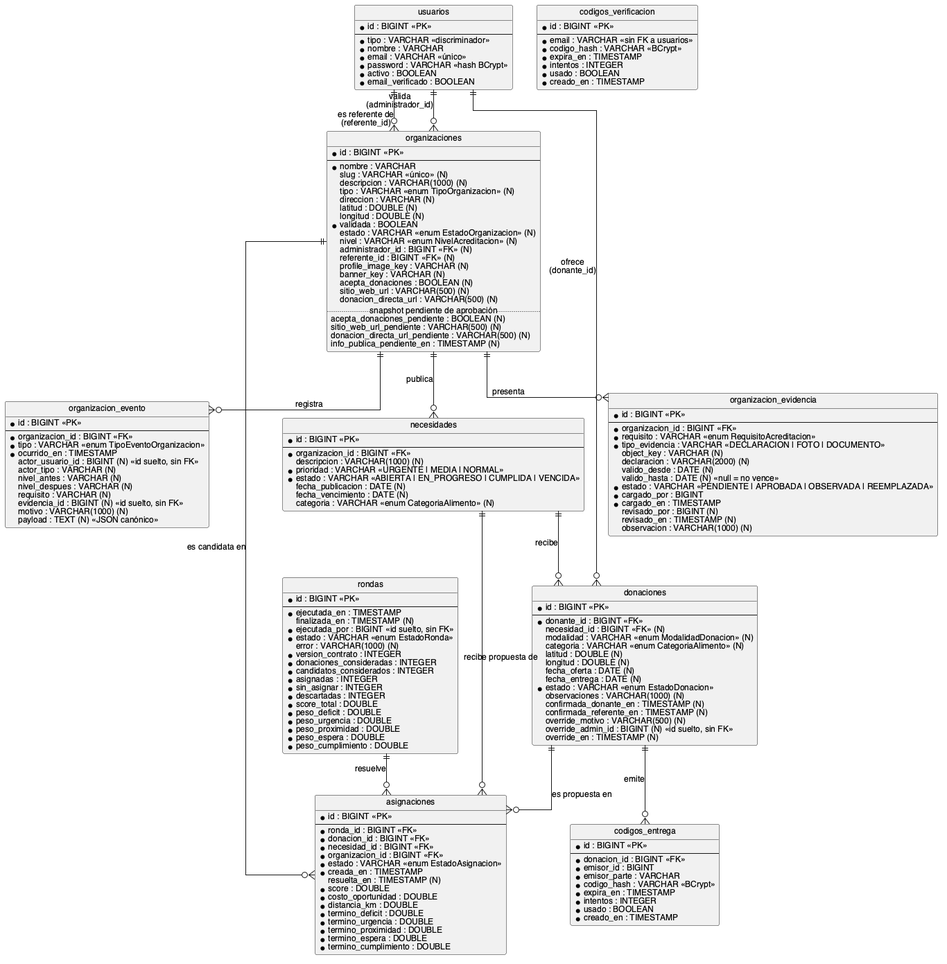
This is docs/tesis/diagramas/estructura/der.png from S21-Projects/hornero_monorepo, a PlantUML export, as it was before one commit.
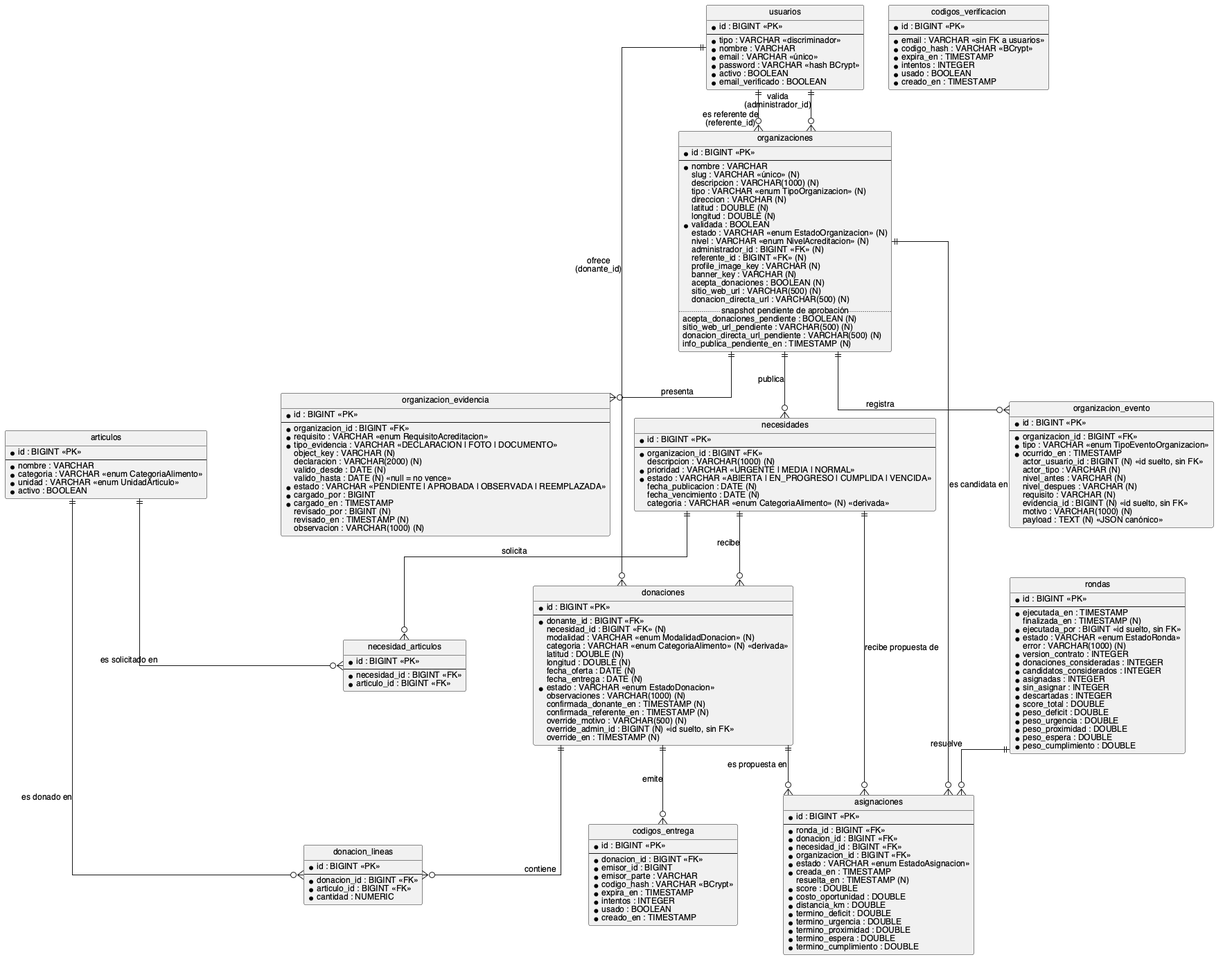
After the commit.

Diff of the diagram source:
```diff
@@ -82,6 +82,15 @@
   payload : TEXT (N) <<JSON canónico>>
 }
 
+entity "articulos" as articulos {
+  * id : BIGINT <<PK>>
+  --
+  * nombre : VARCHAR
+  * categoria : VARCHAR <<enum CategoriaAlimento>>
+  * unidad : VARCHAR <<enum UnidadArticulo>>
+  * activo : BOOLEAN
+}
+
 entity "necesidades" as necesidades {
   * id : BIGINT <<PK>>
   --
@@ -91,7 +100,14 @@
   * estado : VARCHAR <<ABIERTA | EN_PROGRESO | CUMPLIDA | VENCIDA>>
   fecha_publicacion : DATE (N)
   fecha_vencimiento : DATE (N)
-  categoria : VARCHAR <<enum CategoriaAlimento>> (N)
+  categoria : VARCHAR <<enum CategoriaAlimento>> (N) <<derivada>>
+}
+
+entity "necesidad_articulos" as necesidadArticulos {
+  * id : BIGINT <<PK>>
+  --
+  * necesidad_id : BIGINT <<FK>>
+  * articulo_id : BIGINT <<FK>>
 }
 
 entity "donaciones" as donaciones {
@@ -100,7 +116,7 @@
   * donante_id : BIGINT <<FK>>
   necesidad_id : BIGINT <<FK>> (N)
   modalidad : VARCHAR <<enum ModalidadDonacion>> (N)
-  categoria : VARCHAR <<enum CategoriaAlimento>> (N)
+  categoria : VARCHAR <<enum CategoriaAlimento>> (N) <<derivada>>
   latitud : DOUBLE (N)
   longitud : DOUBLE (N)
   fecha_oferta : DATE (N)
@@ -112,6 +128,14 @@
   override_motivo : VARCHAR(500) (N)
   override_admin_id : BIGINT (N) <<id suelto, sin FK>>
   override_en : TIMESTAMP (N)
+}
+
+entity "donacion_lineas" as donacionLineas {
+  * id : BIGINT <<PK>>
+  --
+  * donacion_id : BIGINT <<FK>>
+  * articulo_id : BIGINT <<FK>>
+  * cantidad : NUMERIC
 }
 
 entity "codigos_verificacion" as otp {
@@ -192,5 +216,9 @@
 donaciones ||--o{ asignaciones : "es propuesta en"
 necesidades ||--o{ asignaciones : "recibe propuesta de"
 organizaciones ||--o{ asignaciones : "es candidata en"
+necesidades ||--o{ necesidadArticulos : "solicita"
+articulos ||--o{ necesidadArticulos : "es solicitado en"
+donaciones ||--o{ donacionLineas : "contiene"
+articulos ||--o{ donacionLineas : "es donado en"
 
 @enduml
```
